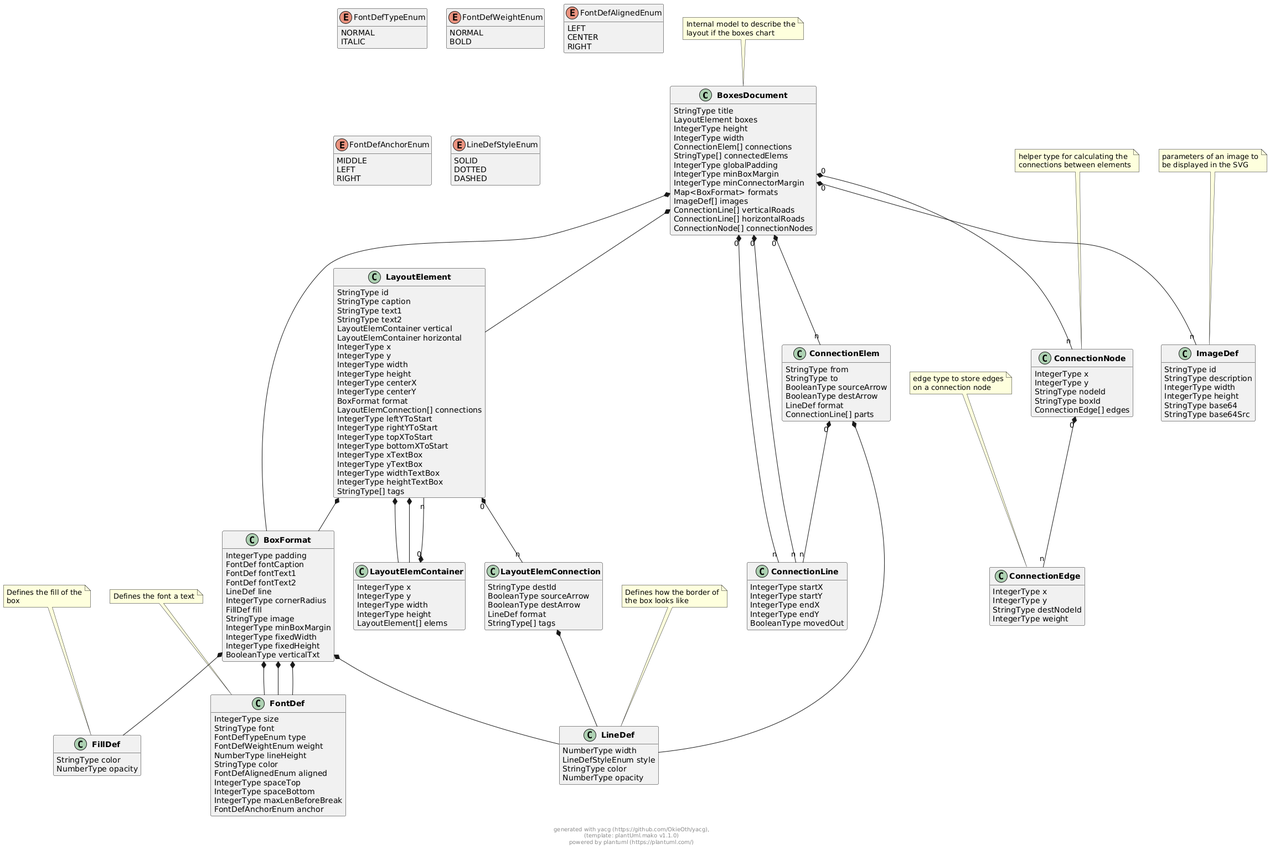
OkieOth/draw.chart.things keeps this PlantUML diagram as docs/models/png/boxes_document.png. Above is the earlier version.
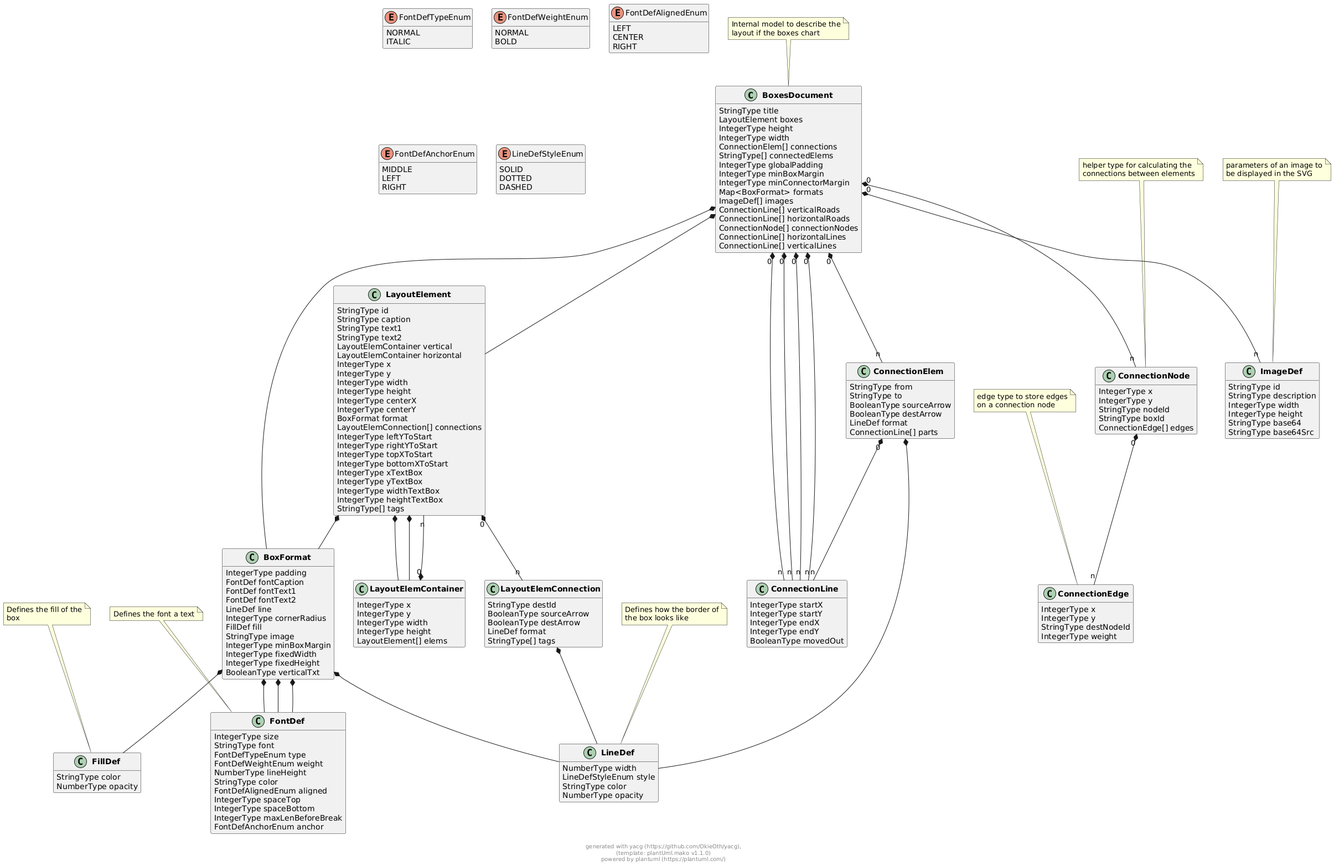
Above is the later version.

What changed in the source:
```diff
@@ -18,6 +18,8 @@
         ConnectionLine[] verticalRoads
         ConnectionLine[] horizontalRoads
         ConnectionNode[] connectionNodes
+        ConnectionLine[] horizontalLines
+        ConnectionLine[] verticalLines
 }
 note top: Internal model to describe the\nlayout if the boxes chart
 
@@ -229,6 +231,10 @@
 
 BoxesDocument "0" *-- "n" ConnectionNode
 
+BoxesDocument "0" *-- "n" ConnectionLine
+
+BoxesDocument "0" *-- "n" ConnectionLine
+
 
 
 
```
